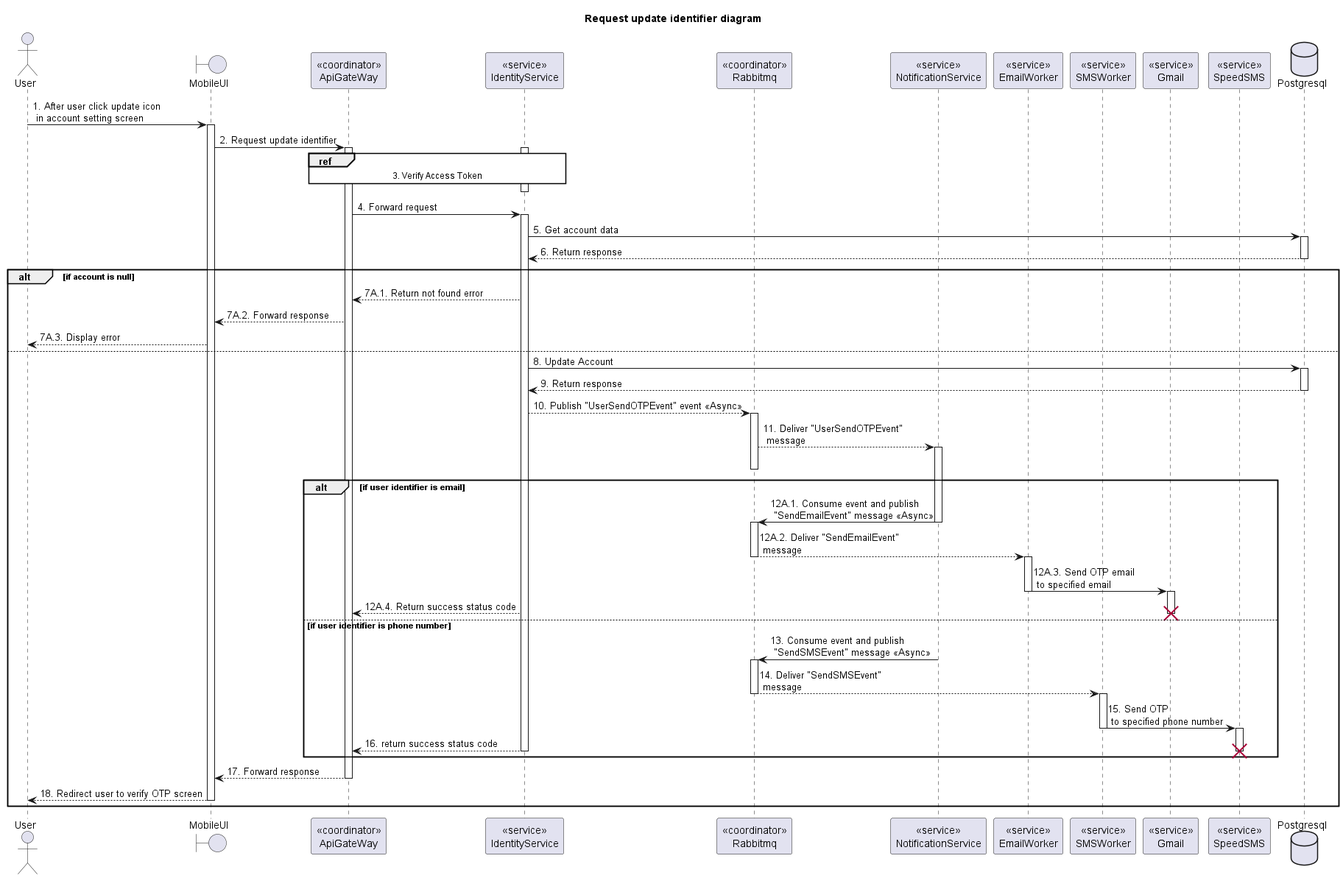
Carl-Johnsons/tastopia keeps this PlantUML diagram as doc/SDS/Identity/RequestUpdateIdentifier/Sequence.png. Above is the earlier version.
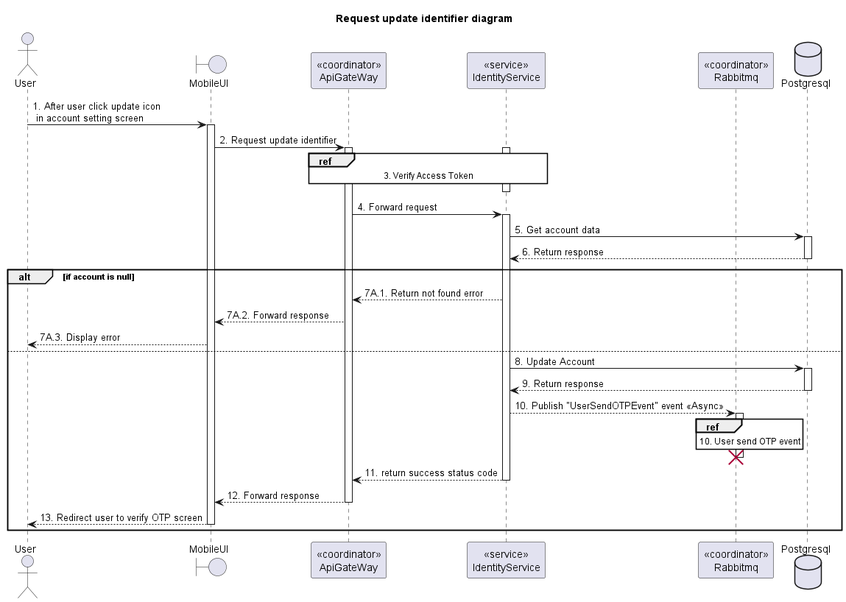
After the change.

What changed in the source:
```diff
@@ -14,11 +14,6 @@
 participant "<<coordinator>>\nApiGateWay" as ApiGateway
 participant "<<service>>\nIdentityService" as IdentityService
 participant "<<coordinator>>\nRabbitmq" as Rabbitmq
-participant "<<service>>\nNotificationService" as NotificationService
-participant "<<service>>\nEmailWorker" as EmailWorker
-participant "<<service>>\nSMSWorker" as SMSWorker
-participant "<<service>>\nGmail" as Gmail
-participant "<<service>>\nSpeedSMS" as SpeedSMS
 database Postgresql
 
 User -> MobileUI ++: 1. After user click update icon\n in account setting screen
@@ -41,42 +36,16 @@
   IdentityService -> Postgresql ++: 8. Update Account
   IdentityService <-- Postgresql --: 9. Return response
   IdentityService --> Rabbitmq ++: 10. Publish "UserSendOTPEvent" event <<Async>>
-  Rabbitmq --> NotificationService: 11. Deliver "UserSendOTPEvent"\n message
-  activate NotificationService
+  activate Rabbitmq
+  ref over Rabbitmq: 10. User send OTP event
+  IdentityService -[hidden]-> Rabbitmq
   deactivate Rabbitmq
+  destroy Rabbitmq
 
-  alt if user identifier is email
-    NotificationService -> Rabbitmq: 12A.1. Consume event and publish \n "SendEmailEvent" message <<Async>>
-    deactivate NotificationService
-    activate Rabbitmq
-    Rabbitmq --> EmailWorker: 12A.2. Deliver "SendEmailEvent"\n message
-    deactivate Rabbitmq
-    activate EmailWorker
-    EmailWorker -> Gmail: 12A.3. Send OTP email\n to specified email
-    deactivate EmailWorker
-    activate Gmail
 
-    ApiGateway <-- IdentityService: 12A.4. Return success status code
-    deactivate Gmail
-    destroy Gmail
-  else if user identifier is phone number
-    NotificationService -> Rabbitmq: 13. Consume event and publish \n "SendSMSEvent" message <<Async>>
-    deactivate NotificationService
-    activate Rabbitmq
-    Rabbitmq --> SMSWorker: 14. Deliver "SendSMSEvent"\n message
-    deactivate Rabbitmq
-    activate SMSWorker
-    SMSWorker -> SpeedSMS: 15. Send OTP \n to specified phone number
-    deactivate SMSWorker
-    activate SpeedSMS
-
-    ApiGateway <-- IdentityService--: 16. return success status code
-    deactivate SpeedSMS
-    destroy SpeedSMS
-  end
-
-  MobileUI <-- ApiGateway --: 17. Forward response
-  User <-- MobileUI --: 18. Redirect user to verify OTP screen
+  ApiGateway <-- IdentityService--: 11. return success status code
+  MobileUI <-- ApiGateway --: 12. Forward response
+  User <-- MobileUI --: 13. Redirect user to verify OTP screen
 end
 
 @enduml
```
